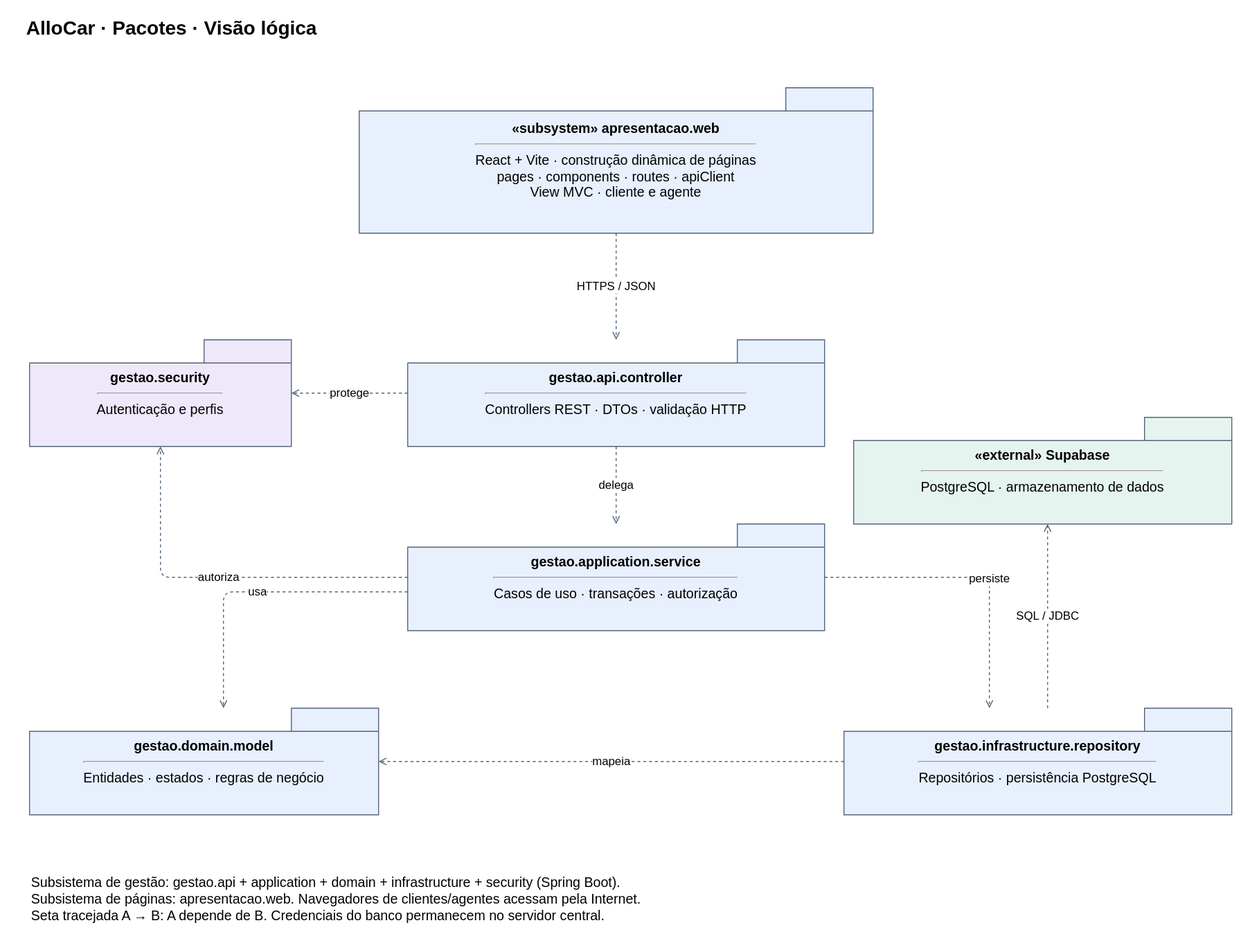
HyperSonic3608/allocar keeps this draw.io diagram as docs/diagramas/pacotes.svg. Above is the earlier version. Source tidied: cells renumbered, new cells last; positions are measured from the earlier drawing's top-left corner, leaving out a move shared by most shapes. Source of this version:
```xml
<mxGraphModel>
  <root>
    <mxCell id="0" />
    <mxCell id="1" parent="0" />
    <mxCell id="2" value="AlloCar · Pacotes · Visão lógica" style="html=1;whiteSpace=wrap;fontSize=14;strokeColor=#53657c;fillColor=#e8f0fe;text;strokeColor=none;fillColor=none;align=left;fontSize=20;fontStyle=1;" parent="1" vertex="1">
      <mxGeometry width="1230" height="40" as="geometry" />
    </mxCell>
    <mxCell id="3" value="&lt;b&gt;«subsystem» apresentacao.web&lt;/b&gt;&lt;hr&gt;React + Vite · construção dinâmica de páginas&lt;br&gt;pages · components · routes · apiClient&lt;br&gt;View MVC · cliente e agente" style="html=1;whiteSpace=wrap;fontSize=14;strokeColor=#53657c;fillColor=#e8f0fe;shape=folder;tabWidth=90;tabHeight=24;" parent="1" vertex="1">
      <mxGeometry x="345" y="80" width="530" height="150" as="geometry" />
    </mxCell>
    <mxCell id="4" value="&lt;b&gt;gestao.api.controller&lt;/b&gt;&lt;hr&gt;Controllers REST · DTOs · validação HTTP" style="html=1;whiteSpace=wrap;fontSize=14;strokeColor=#53657c;fillColor=#e8f0fe;shape=folder;tabWidth=90;tabHeight=24;" parent="1" vertex="1">
      <mxGeometry x="395" y="340" width="430" height="110" as="geometry" />
    </mxCell>
    <mxCell id="5" value="&lt;b&gt;gestao.application.service&lt;/b&gt;&lt;hr&gt;Casos de uso · transações · autorização" style="html=1;whiteSpace=wrap;fontSize=14;strokeColor=#53657c;fillColor=#e8f0fe;shape=folder;tabWidth=90;tabHeight=24;" parent="1" vertex="1">
      <mxGeometry x="395" y="530" width="430" height="110" as="geometry" />
    </mxCell>
    <mxCell id="6" value="&lt;b&gt;gestao.domain.model&lt;/b&gt;&lt;hr&gt;Entidades · estados · regras de negócio" style="html=1;whiteSpace=wrap;fontSize=14;strokeColor=#53657c;fillColor=#e8f0fe;shape=folder;tabWidth=90;tabHeight=24;" parent="1" vertex="1">
      <mxGeometry x="5" y="720" width="360" height="110" as="geometry" />
    </mxCell>
    <mxCell id="7" value="&lt;b&gt;gestao.infrastructure.repository&lt;/b&gt;&lt;hr&gt;Repositórios · persistência PostgreSQL" style="html=1;whiteSpace=wrap;fontSize=14;strokeColor=#53657c;fillColor=#e8f0fe;shape=folder;tabWidth=90;tabHeight=24;" parent="1" vertex="1">
      <mxGeometry x="845" y="720" width="400" height="110" as="geometry" />
    </mxCell>
    <mxCell id="8" value="&lt;b&gt;gestao.security&lt;/b&gt;&lt;hr&gt;Autenticação e perfis" style="html=1;whiteSpace=wrap;fontSize=14;strokeColor=#53657c;fillColor=#eee8fa;shape=folder;tabWidth=90;tabHeight=24;" parent="1" vertex="1">
      <mxGeometry x="5" y="340" width="270" height="110" as="geometry" />
    </mxCell>
    <mxCell id="9" value="&lt;b&gt;«external» Supabase&lt;/b&gt;&lt;hr&gt;PostgreSQL · armazenamento de dados" style="html=1;whiteSpace=wrap;fontSize=14;strokeColor=#53657c;fillColor=#e6f4ef;shape=folder;tabWidth=90;tabHeight=24;" parent="1" vertex="1">
      <mxGeometry x="855" y="420" width="390" height="110" as="geometry" />
    </mxCell>
    <mxCell id="10" value="Subsistema de gestão: gestao.api + application + domain + infrastructure + security (Spring Boot).&#10;Subsistema de páginas: apresentacao.web. Navegadores de clientes/agentes acessam pela Internet.&#10;Seta tracejada A → B: A depende de B. Credenciais do banco permanecem no servidor central." style="html=1;whiteSpace=wrap;fontSize=14;strokeColor=#53657c;fillColor=#e8f0fe;text;strokeColor=none;fillColor=none;align=left;" parent="1" vertex="1">
      <mxGeometry x="5" y="885" width="1220" height="70" as="geometry" />
    </mxCell>
    <mxCell id="11" value="HTTPS / JSON" style="html=1;fontSize=12;edgeStyle=orthogonalEdgeStyle;strokeColor=#53657c;endArrow=open;endFill=0;dashed=1;" parent="1" edge="1" source="3" target="4">
      <mxGeometry relative="1" as="geometry" />
    </mxCell>
    <mxCell id="12" value="delega" style="html=1;fontSize=12;edgeStyle=orthogonalEdgeStyle;strokeColor=#53657c;endArrow=open;endFill=0;dashed=1;" parent="1" edge="1" source="4" target="5">
      <mxGeometry relative="1" as="geometry" />
    </mxCell>
    <mxCell id="13" value="protege" style="html=1;fontSize=12;edgeStyle=orthogonalEdgeStyle;strokeColor=#53657c;endArrow=open;endFill=0;dashed=1;" parent="1" edge="1" source="4" target="8">
      <mxGeometry relative="1" as="geometry" />
    </mxCell>
    <mxCell id="14" value="autoriza" style="html=1;fontSize=12;edgeStyle=orthogonalEdgeStyle;strokeColor=#53657c;endArrow=open;endFill=0;dashed=1;" parent="1" edge="1" source="5" target="8">
      <mxGeometry relative="1" as="geometry" />
    </mxCell>
    <mxCell id="15" value="usa" style="html=1;fontSize=12;edgeStyle=orthogonalEdgeStyle;strokeColor=#53657c;endArrow=open;endFill=0;dashed=1;" parent="1" edge="1" source="5" target="6">
      <mxGeometry relative="1" as="geometry">
        <Array as="points">
          <mxPoint x="205" y="600" />
        </Array>
      </mxGeometry>
    </mxCell>
    <mxCell id="16" value="persiste" style="html=1;fontSize=12;edgeStyle=orthogonalEdgeStyle;strokeColor=#53657c;endArrow=open;endFill=0;dashed=1;" parent="1" edge="1" source="5" target="7">
      <mxGeometry x="0.13" relative="1" as="geometry">
        <Array as="points">
          <mxPoint x="995" y="585" />
        </Array>
      </mxGeometry>
    </mxCell>
    <mxCell id="17" value="mapeia" style="html=1;fontSize=12;edgeStyle=orthogonalEdgeStyle;strokeColor=#53657c;endArrow=open;endFill=0;dashed=1;" parent="1" edge="1" source="7" target="6">
      <mxGeometry relative="1" as="geometry" />
    </mxCell>
    <mxCell id="18" value="SQL / JDBC" style="html=1;fontSize=12;edgeStyle=orthogonalEdgeStyle;strokeColor=#53657c;endArrow=open;endFill=0;dashed=1;" parent="1" edge="1" source="7" target="9">
      <mxGeometry relative="1" as="geometry">
        <Array as="points">
          <mxPoint x="1055" y="590" />
          <mxPoint x="1055" y="590" />
        </Array>
      </mxGeometry>
    </mxCell>
  </root>
</mxGraphModel>
```
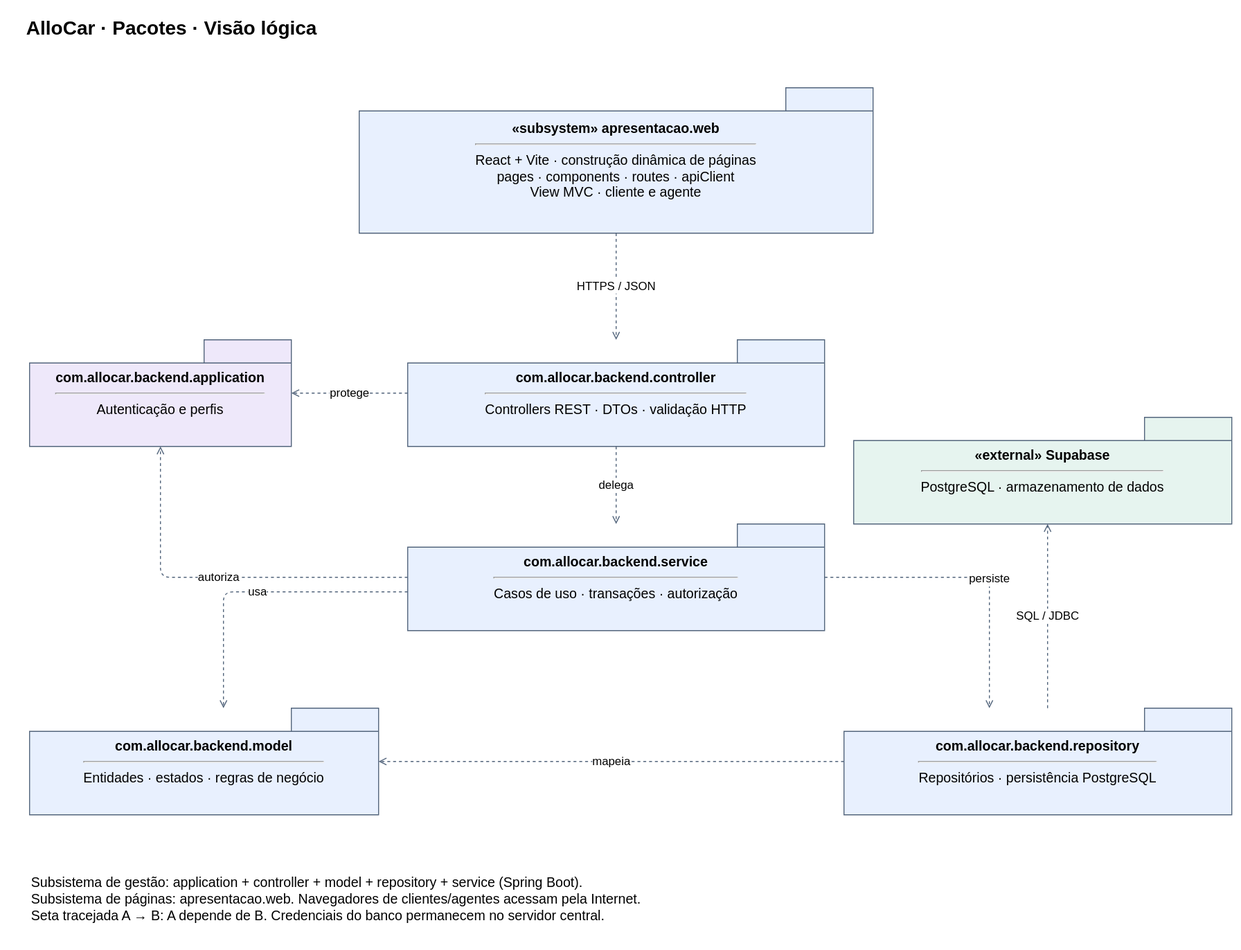
After the commit.

The edit, as a diff of the source:
```diff
@@ -8,25 +8,25 @@
     <mxCell id="3" value="&lt;b&gt;«subsystem» apresentacao.web&lt;/b&gt;&lt;hr&gt;React + Vite · construção dinâmica de páginas&lt;br&gt;pages · components · routes · apiClient&lt;br&gt;View MVC · cliente e agente" style="html=1;whiteSpace=wrap;fontSize=14;strokeColor=#53657c;fillColor=#e8f0fe;shape=folder;tabWidth=90;tabHeight=24;" parent="1" vertex="1">
       <mxGeometry x="345" y="80" width="530" height="150" as="geometry" />
     </mxCell>
-    <mxCell id="4" value="&lt;b&gt;gestao.api.controller&lt;/b&gt;&lt;hr&gt;Controllers REST · DTOs · validação HTTP" style="html=1;whiteSpace=wrap;fontSize=14;strokeColor=#53657c;fillColor=#e8f0fe;shape=folder;tabWidth=90;tabHeight=24;" parent="1" vertex="1">
+    <mxCell id="4" value="&lt;b&gt;com.allocar.backend.controller&lt;/b&gt;&lt;hr&gt;Controllers REST · DTOs · validação HTTP" style="html=1;whiteSpace=wrap;fontSize=14;strokeColor=#53657c;fillColor=#e8f0fe;shape=folder;tabWidth=90;tabHeight=24;" parent="1" vertex="1">
       <mxGeometry x="395" y="340" width="430" height="110" as="geometry" />
     </mxCell>
-    <mxCell id="5" value="&lt;b&gt;gestao.application.service&lt;/b&gt;&lt;hr&gt;Casos de uso · transações · autorização" style="html=1;whiteSpace=wrap;fontSize=14;strokeColor=#53657c;fillColor=#e8f0fe;shape=folder;tabWidth=90;tabHeight=24;" parent="1" vertex="1">
+    <mxCell id="5" value="&lt;b&gt;com.allocar.backend.service&lt;/b&gt;&lt;hr&gt;Casos de uso · transações · autorização" style="html=1;whiteSpace=wrap;fontSize=14;strokeColor=#53657c;fillColor=#e8f0fe;shape=folder;tabWidth=90;tabHeight=24;" parent="1" vertex="1">
       <mxGeometry x="395" y="530" width="430" height="110" as="geometry" />
     </mxCell>
-    <mxCell id="6" value="&lt;b&gt;gestao.domain.model&lt;/b&gt;&lt;hr&gt;Entidades · estados · regras de negócio" style="html=1;whiteSpace=wrap;fontSize=14;strokeColor=#53657c;fillColor=#e8f0fe;shape=folder;tabWidth=90;tabHeight=24;" parent="1" vertex="1">
+    <mxCell id="6" value="&lt;b&gt;com.allocar.backend.model&lt;/b&gt;&lt;hr&gt;Entidades · estados · regras de negócio" style="html=1;whiteSpace=wrap;fontSize=14;strokeColor=#53657c;fillColor=#e8f0fe;shape=folder;tabWidth=90;tabHeight=24;" parent="1" vertex="1">
       <mxGeometry x="5" y="720" width="360" height="110" as="geometry" />
     </mxCell>
-    <mxCell id="7" value="&lt;b&gt;gestao.infrastructure.repository&lt;/b&gt;&lt;hr&gt;Repositórios · persistência PostgreSQL" style="html=1;whiteSpace=wrap;fontSize=14;strokeColor=#53657c;fillColor=#e8f0fe;shape=folder;tabWidth=90;tabHeight=24;" parent="1" vertex="1">
+    <mxCell id="7" value="&lt;b&gt;com.allocar.backend.repository&lt;/b&gt;&lt;hr&gt;Repositórios · persistência PostgreSQL" style="html=1;whiteSpace=wrap;fontSize=14;strokeColor=#53657c;fillColor=#e8f0fe;shape=folder;tabWidth=90;tabHeight=24;" parent="1" vertex="1">
       <mxGeometry x="845" y="720" width="400" height="110" as="geometry" />
     </mxCell>
-    <mxCell id="8" value="&lt;b&gt;gestao.security&lt;/b&gt;&lt;hr&gt;Autenticação e perfis" style="html=1;whiteSpace=wrap;fontSize=14;strokeColor=#53657c;fillColor=#eee8fa;shape=folder;tabWidth=90;tabHeight=24;" parent="1" vertex="1">
+    <mxCell id="8" value="&lt;b&gt;com.allocar.backend.application&lt;/b&gt;&lt;hr&gt;Autenticação e perfis" style="html=1;whiteSpace=wrap;fontSize=14;strokeColor=#53657c;fillColor=#eee8fa;shape=folder;tabWidth=90;tabHeight=24;" parent="1" vertex="1">
       <mxGeometry x="5" y="340" width="270" height="110" as="geometry" />
     </mxCell>
     <mxCell id="9" value="&lt;b&gt;«external» Supabase&lt;/b&gt;&lt;hr&gt;PostgreSQL · armazenamento de dados" style="html=1;whiteSpace=wrap;fontSize=14;strokeColor=#53657c;fillColor=#e6f4ef;shape=folder;tabWidth=90;tabHeight=24;" parent="1" vertex="1">
       <mxGeometry x="855" y="420" width="390" height="110" as="geometry" />
     </mxCell>
-    <mxCell id="10" value="Subsistema de gestão: gestao.api + application + domain + infrastructure + security (Spring Boot).&#10;Subsistema de páginas: apresentacao.web. Navegadores de clientes/agentes acessam pela Internet.&#10;Seta tracejada A → B: A depende de B. Credenciais do banco permanecem no servidor central." style="html=1;whiteSpace=wrap;fontSize=14;strokeColor=#53657c;fillColor=#e8f0fe;text;strokeColor=none;fillColor=none;align=left;" parent="1" vertex="1">
+    <mxCell id="10" value="Subsistema de gestão: application + controller + model + repository + service (Spring Boot).&#10;Subsistema de páginas: apresentacao.web. Navegadores de clientes/agentes acessam pela Internet.&#10;Seta tracejada A → B: A depende de B. Credenciais do banco permanecem no servidor central." style="html=1;whiteSpace=wrap;fontSize=14;strokeColor=#53657c;fillColor=#e8f0fe;text;strokeColor=none;fillColor=none;align=left;" parent="1" vertex="1">
       <mxGeometry x="5" y="885" width="1220" height="70" as="geometry" />
     </mxCell>
     <mxCell id="11" value="HTTPS / JSON" style="html=1;fontSize=12;edgeStyle=orthogonalEdgeStyle;strokeColor=#53657c;endArrow=open;endFill=0;dashed=1;" parent="1" edge="1" source="3" target="4">
```
